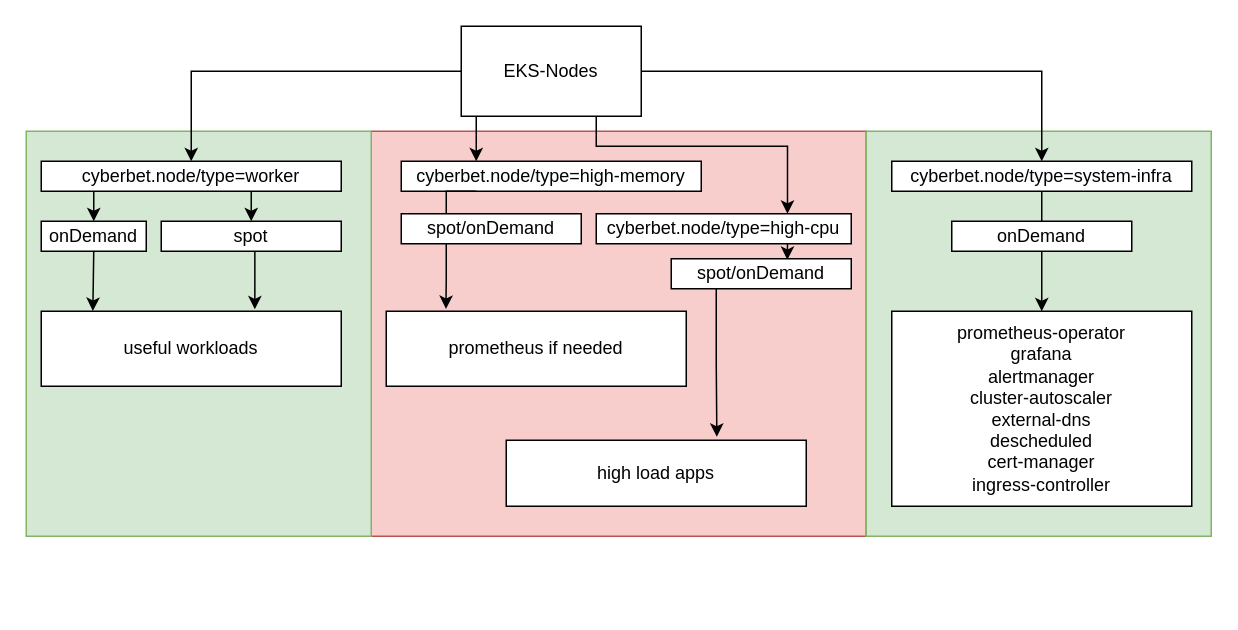
Earlier version of the draw.io diagram EKS-node-labels.drawio (kpbll/draw.io). Source tidied: cells renumbered, new cells numbered last; positions are measured from the earlier drawing's top-left corner, leaving out a move shared by most shapes. Both pictures are drawn from the tidied source at 150%, with x=0, y=0 at pixel (26, 26).
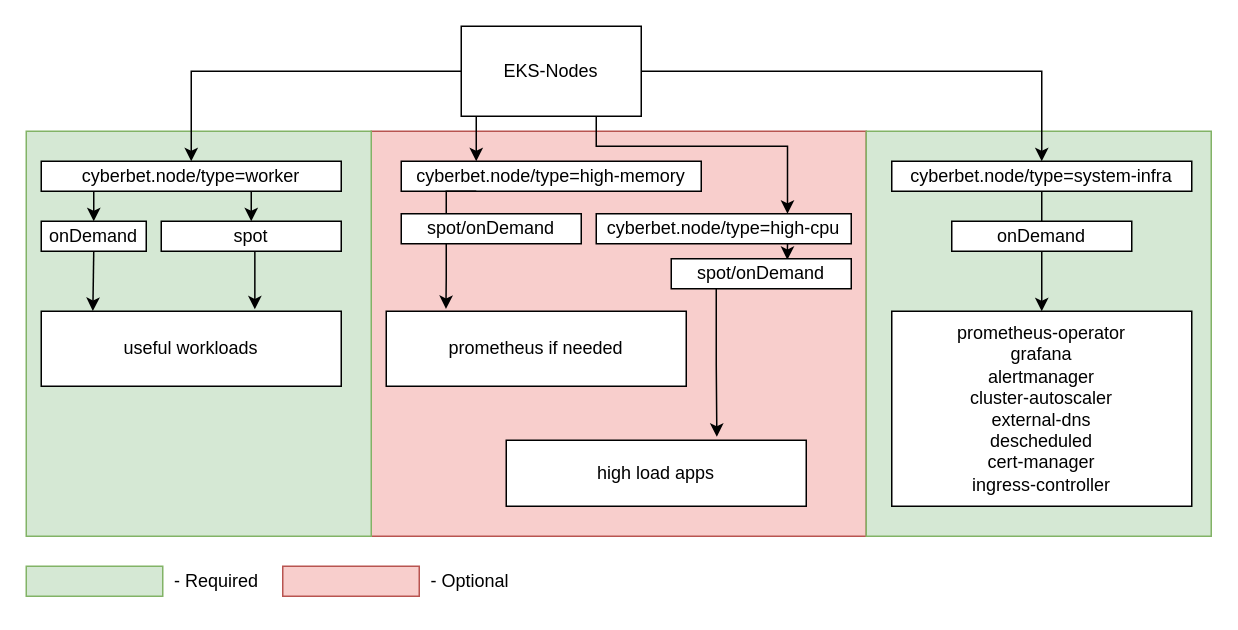
The same page after the edit.

Change to the diagram source:
```diff
@@
+    <mxCell id="32" style="group;" parent="1" vertex="1">
+      <mxGeometry y="355" width="157" height="30" as="geometry" />
+    </mxCell>
+    <mxCell id="33" style="rounded=0;whiteSpace=wrap;html=1;fillColor=#d5e8d4;strokeColor=#82b366;" parent="32" vertex="1">
+      <mxGeometry y="5" width="91" height="20" as="geometry" />
+    </mxCell>
+    <mxCell id="34" value="- Required" style="text;html=1;strokeColor=none;fillColor=none;align=center;verticalAlign=middle;whiteSpace=wrap;rounded=0;" parent="32" vertex="1">
+      <mxGeometry x="97" width="60" height="30" as="geometry" />
+    </mxCell>
+    <mxCell id="35" style="group;" parent="1" vertex="1">
+      <mxGeometry x="171" y="355" width="155" height="30" as="geometry" />
+    </mxCell>
+    <mxCell id="36" style="rounded=0;whiteSpace=wrap;html=1;fillColor=#f8cecc;strokeColor=#b85450;" parent="35" vertex="1">
+      <mxGeometry y="5" width="91" height="20" as="geometry" />
+    </mxCell>
+    <mxCell id="37" value="- Optional" style="text;html=1;strokeColor=none;fillColor=none;align=center;verticalAlign=middle;whiteSpace=wrap;rounded=0;" parent="35" vertex="1">
+      <mxGeometry x="95" width="60" height="30" as="geometry" />
+    </mxCell>
```
